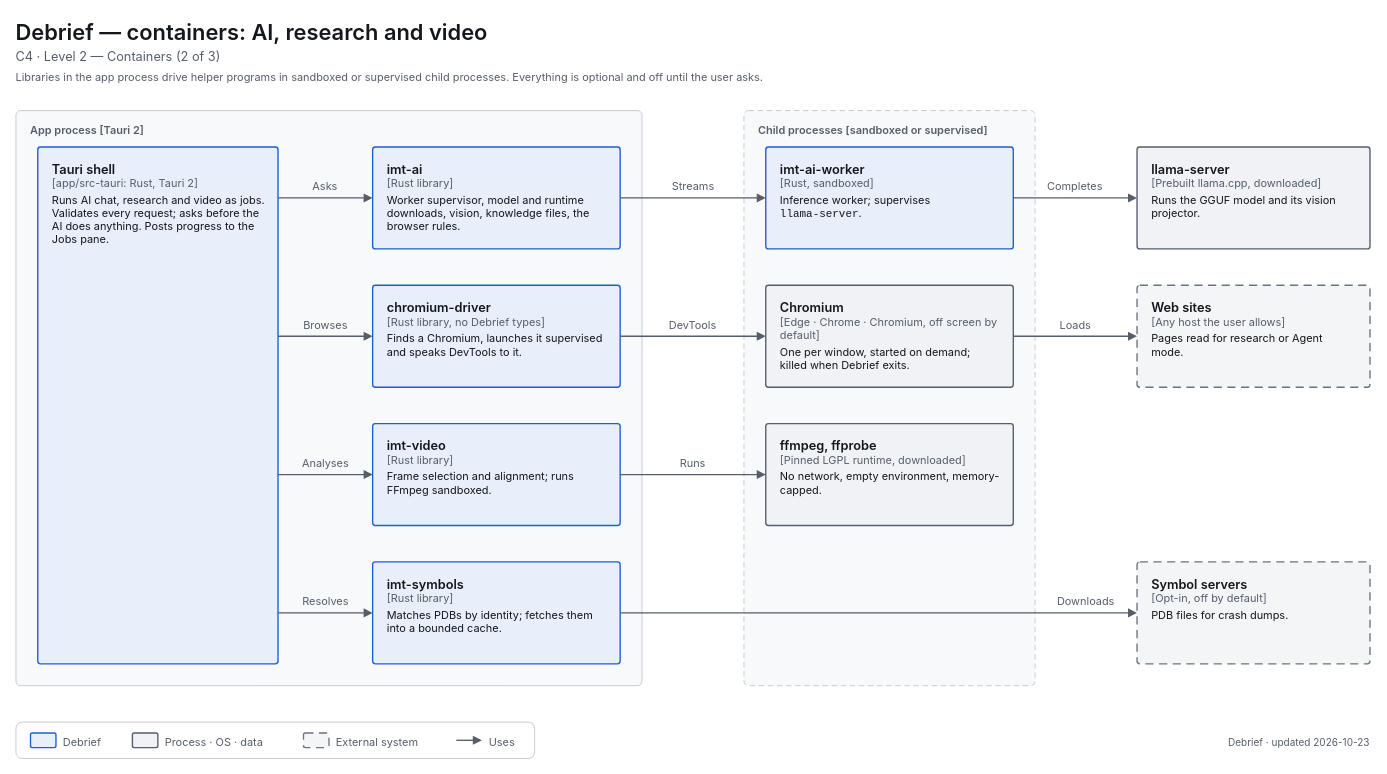
Above: docs/diagrams/c4-2-containers-helpers.drawio in decryp7/integrated_maintenance_tool (draw.io), before the change. Source tidied: cells renumbered, new cells numbered last; positions are measured from the earlier drawing's top-left corner, leaving out a move shared by most shapes. Both pictures are drawn from the tidied source at 91%, with x=0, y=0 at pixel (15, 15).
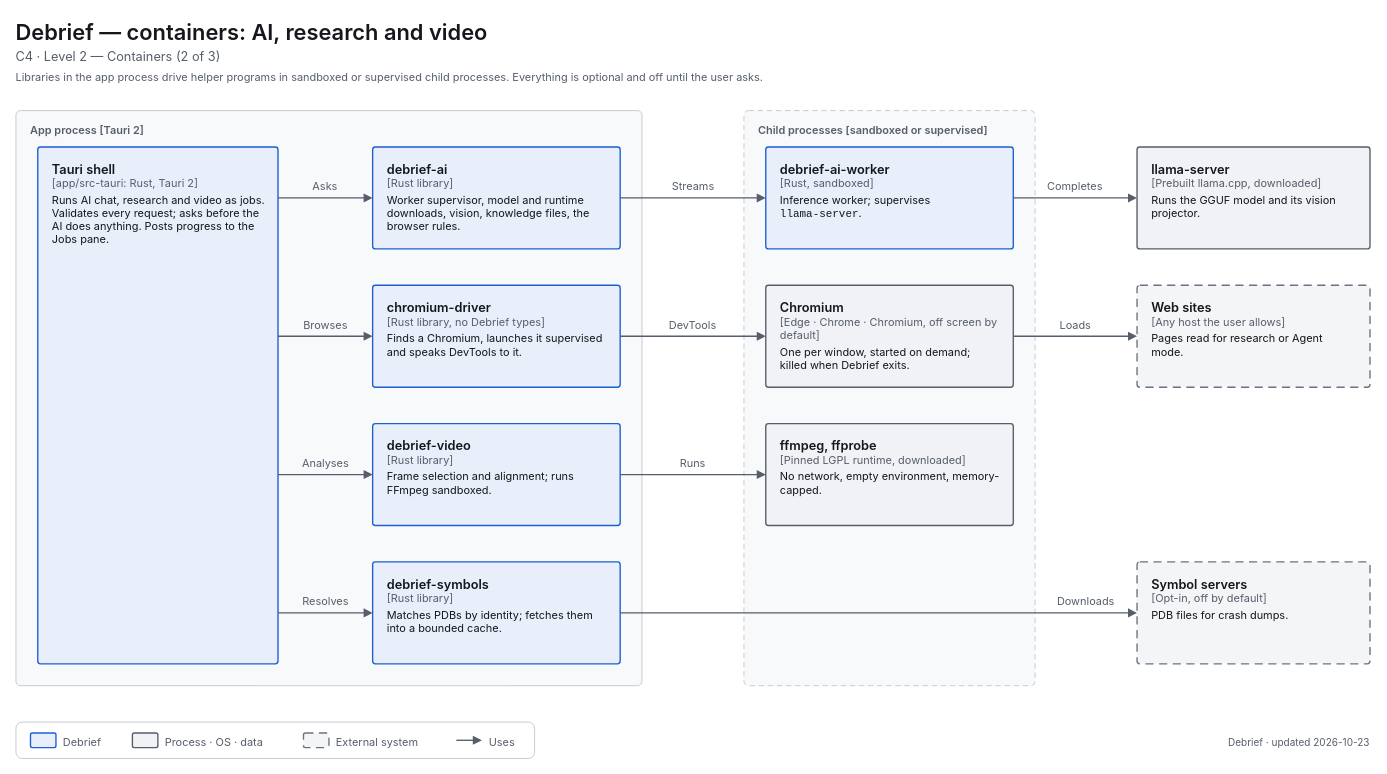
After the change.

Diff of the diagram source:
```diff
@@
-    <mxCell id="7" value="&lt;span style=&quot;font-size:14px;font-weight:600&quot;&gt;imt-ai&lt;/span&gt;&lt;br&gt;&lt;span style=&quot;font-size:12px;color:light-dark(#565E6B,#A0A7B2)&quot;&gt;[Rust library]&lt;/span&gt;&lt;br&gt;&lt;div style=&quot;margin-top:4px;font-size:12px&quot;&gt;Worker supervisor, model and runtime downloads, vision, knowledge files, the browser rules.&lt;/div&gt;" style="html=1;whiteSpace=wrap;fontFamily=-apple-system,BlinkMacSystemFont,Segoe UI,system-ui,sans-serif;fontSize=12;fontColor=light-dark(#14171C,#ECEEF1);rounded=1;absoluteArcSize=1;arcSize=6;strokeWidth=1.5;strokeColor=light-dark(#1D5FD1,#5B9BFF);fillColor=light-dark(#E8EFFA,#202C3F);align=left;verticalAlign=top;spacingLeft=14;spacingRight=14;spacingTop=10;spacingBottom=8;" parent="1" vertex="1">
+    <mxCell id="7" value="&lt;span style=&quot;font-size:14px;font-weight:600&quot;&gt;debrief-ai&lt;/span&gt;&lt;br&gt;&lt;span style=&quot;font-size:12px;color:light-dark(#565E6B,#A0A7B2)&quot;&gt;[Rust library]&lt;/span&gt;&lt;br&gt;&lt;div style=&quot;margin-top:4px;font-size:12px&quot;&gt;Worker supervisor, model and runtime downloads, vision, knowledge files, the browser rules.&lt;/div&gt;" style="html=1;whiteSpace=wrap;fontFamily=-apple-system,BlinkMacSystemFont,Segoe UI,system-ui,sans-serif;fontSize=12;fontColor=light-dark(#14171C,#ECEEF1);rounded=1;absoluteArcSize=1;arcSize=6;strokeWidth=1.5;strokeColor=light-dark(#1D5FD1,#5B9BFF);fillColor=light-dark(#E8EFFA,#202C3F);align=left;verticalAlign=top;spacingLeft=14;spacingRight=14;spacingTop=10;spacingBottom=8;" parent="1" vertex="1">
       <mxGeometry x="392" y="144" width="272" height="112" as="geometry" />
     </mxCell>
@@
-    <mxCell id="9" value="&lt;span style=&quot;font-size:14px;font-weight:600&quot;&gt;imt-video&lt;/span&gt;&lt;br&gt;&lt;span style=&quot;font-size:12px;color:light-dark(#565E6B,#A0A7B2)&quot;&gt;[Rust library]&lt;/span&gt;&lt;br&gt;&lt;div style=&quot;margin-top:4px;font-size:12px&quot;&gt;Frame selection and alignment; runs FFmpeg sandboxed.&lt;/div&gt;" style="html=1;whiteSpace=wrap;fontFamily=-apple-system,BlinkMacSystemFont,Segoe UI,system-ui,sans-serif;fontSize=12;fontColor=light-dark(#14171C,#ECEEF1);rounded=1;absoluteArcSize=1;arcSize=6;strokeWidth=1.5;strokeColor=light-dark(#1D5FD1,#5B9BFF);fillColor=light-dark(#E8EFFA,#202C3F);align=left;verticalAlign=top;spacingLeft=14;spacingRight=14;spacingTop=10;spacingBottom=8;" parent="1" vertex="1">
+    <mxCell id="9" value="&lt;span style=&quot;font-size:14px;font-weight:600&quot;&gt;debrief-video&lt;/span&gt;&lt;br&gt;&lt;span style=&quot;font-size:12px;color:light-dark(#565E6B,#A0A7B2)&quot;&gt;[Rust library]&lt;/span&gt;&lt;br&gt;&lt;div style=&quot;margin-top:4px;font-size:12px&quot;&gt;Frame selection and alignment; runs FFmpeg sandboxed.&lt;/div&gt;" style="html=1;whiteSpace=wrap;fontFamily=-apple-system,BlinkMacSystemFont,Segoe UI,system-ui,sans-serif;fontSize=12;fontColor=light-dark(#14171C,#ECEEF1);rounded=1;absoluteArcSize=1;arcSize=6;strokeWidth=1.5;strokeColor=light-dark(#1D5FD1,#5B9BFF);fillColor=light-dark(#E8EFFA,#202C3F);align=left;verticalAlign=top;spacingLeft=14;spacingRight=14;spacingTop=10;spacingBottom=8;" parent="1" vertex="1">
       <mxGeometry x="392" y="448" width="272" height="112" as="geometry" />
     </mxCell>
-    <mxCell id="10" value="&lt;span style=&quot;font-size:14px;font-weight:600&quot;&gt;imt-symbols&lt;/span&gt;&lt;br&gt;&lt;span style=&quot;font-size:12px;color:light-dark(#565E6B,#A0A7B2)&quot;&gt;[Rust library]&lt;/span&gt;&lt;br&gt;&lt;div style=&quot;margin-top:4px;font-size:12px&quot;&gt;Matches PDBs by identity; fetches them into a bounded cache.&lt;/div&gt;" style="html=1;whiteSpace=wrap;fontFamily=-apple-system,BlinkMacSystemFont,Segoe UI,system-ui,sans-serif;fontSize=12;fontColor=light-dark(#14171C,#ECEEF1);rounded=1;absoluteArcSize=1;arcSize=6;strokeWidth=1.5;strokeColor=light-dark(#1D5FD1,#5B9BFF);fillColor=light-dark(#E8EFFA,#202C3F);align=left;verticalAlign=top;spacingLeft=14;spacingRight=14;spacingTop=10;spacingBottom=8;" parent="1" vertex="1">
+    <mxCell id="10" value="&lt;span style=&quot;font-size:14px;font-weight:600&quot;&gt;debrief-symbols&lt;/span&gt;&lt;br&gt;&lt;span style=&quot;font-size:12px;color:light-dark(#565E6B,#A0A7B2)&quot;&gt;[Rust library]&lt;/span&gt;&lt;br&gt;&lt;div style=&quot;margin-top:4px;font-size:12px&quot;&gt;Matches PDBs by identity; fetches them into a bounded cache.&lt;/div&gt;" style="html=1;whiteSpace=wrap;fontFamily=-apple-system,BlinkMacSystemFont,Segoe UI,system-ui,sans-serif;fontSize=12;fontColor=light-dark(#14171C,#ECEEF1);rounded=1;absoluteArcSize=1;arcSize=6;strokeWidth=1.5;strokeColor=light-dark(#1D5FD1,#5B9BFF);fillColor=light-dark(#E8EFFA,#202C3F);align=left;verticalAlign=top;spacingLeft=14;spacingRight=14;spacingTop=10;spacingBottom=8;" parent="1" vertex="1">
       <mxGeometry x="392" y="600" width="272" height="112" as="geometry" />
     </mxCell>
@@
-    <mxCell id="12" value="&lt;span style=&quot;font-size:14px;font-weight:600&quot;&gt;imt-ai-worker&lt;/span&gt;&lt;br&gt;&lt;span style=&quot;font-size:12px;color:light-dark(#565E6B,#A0A7B2)&quot;&gt;[Rust, sandboxed]&lt;/span&gt;&lt;br&gt;&lt;div style=&quot;margin-top:4px;font-size:12px&quot;&gt;Inference worker; supervises &lt;span style=&quot;font-family:ui-monospace,SF Mono,Cascadia Mono,Consolas,monospace;white-space:nowrap&quot;&gt;llama-server&lt;/span&gt;.&lt;/div&gt;" style="html=1;whiteSpace=wrap;fontFamily=-apple-system,BlinkMacSystemFont,Segoe UI,system-ui,sans-serif;fontSize=12;fontColor=light-dark(#14171C,#ECEEF1);rounded=1;absoluteArcSize=1;arcSize=6;strokeWidth=1.5;strokeColor=light-dark(#1D5FD1,#5B9BFF);fillColor=light-dark(#E8EFFA,#202C3F);align=left;verticalAlign=top;spacingLeft=14;spacingRight=14;spacingTop=10;spacingBottom=8;" parent="1" vertex="1">
+    <mxCell id="12" value="&lt;span style=&quot;font-size:14px;font-weight:600&quot;&gt;debrief-ai-worker&lt;/span&gt;&lt;br&gt;&lt;span style=&quot;font-size:12px;color:light-dark(#565E6B,#A0A7B2)&quot;&gt;[Rust, sandboxed]&lt;/span&gt;&lt;br&gt;&lt;div style=&quot;margin-top:4px;font-size:12px&quot;&gt;Inference worker; supervises &lt;span style=&quot;font-family:ui-monospace,SF Mono,Cascadia Mono,Consolas,monospace;white-space:nowrap&quot;&gt;llama-server&lt;/span&gt;.&lt;/div&gt;" style="html=1;whiteSpace=wrap;fontFamily=-apple-system,BlinkMacSystemFont,Segoe UI,system-ui,sans-serif;fontSize=12;fontColor=light-dark(#14171C,#ECEEF1);rounded=1;absoluteArcSize=1;arcSize=6;strokeWidth=1.5;strokeColor=light-dark(#1D5FD1,#5B9BFF);fillColor=light-dark(#E8EFFA,#202C3F);align=left;verticalAlign=top;spacingLeft=14;spacingRight=14;spacingTop=10;spacingBottom=8;" parent="1" vertex="1">
       <mxGeometry x="824" y="144" width="272" height="112" as="geometry" />
     </mxCell>
```
